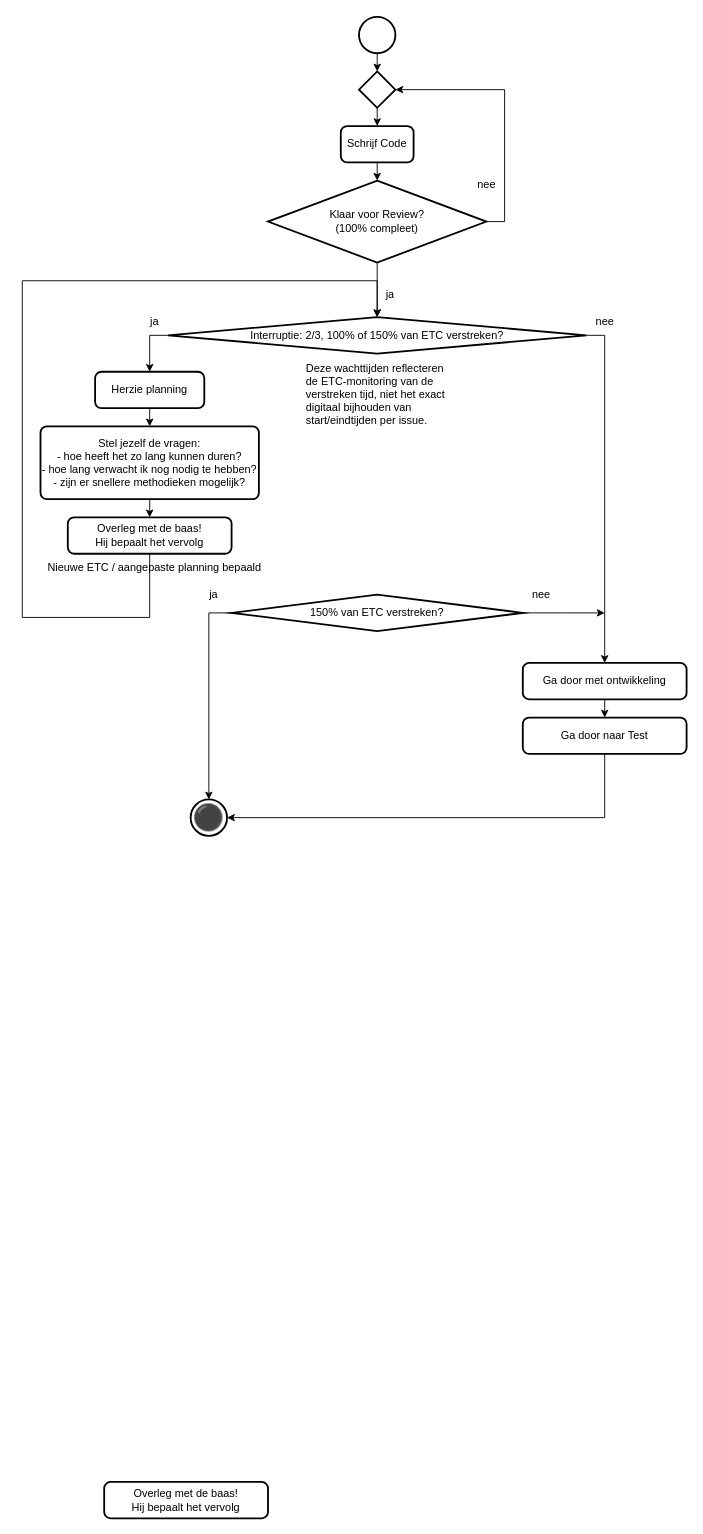
Zaibatsu89/IssueTracker keeps this draw.io diagram as 4 Issue Tracker implementatie.drawio. Above is the earlier version. Source tidied: cells renumbered, new cells numbered last; positions are measured from the earlier drawing's top-left corner, leaving out a move shared by most shapes. Both pictures are drawn from the tidied source at 91%, with x=0, y=0 at pixel (22, 16).
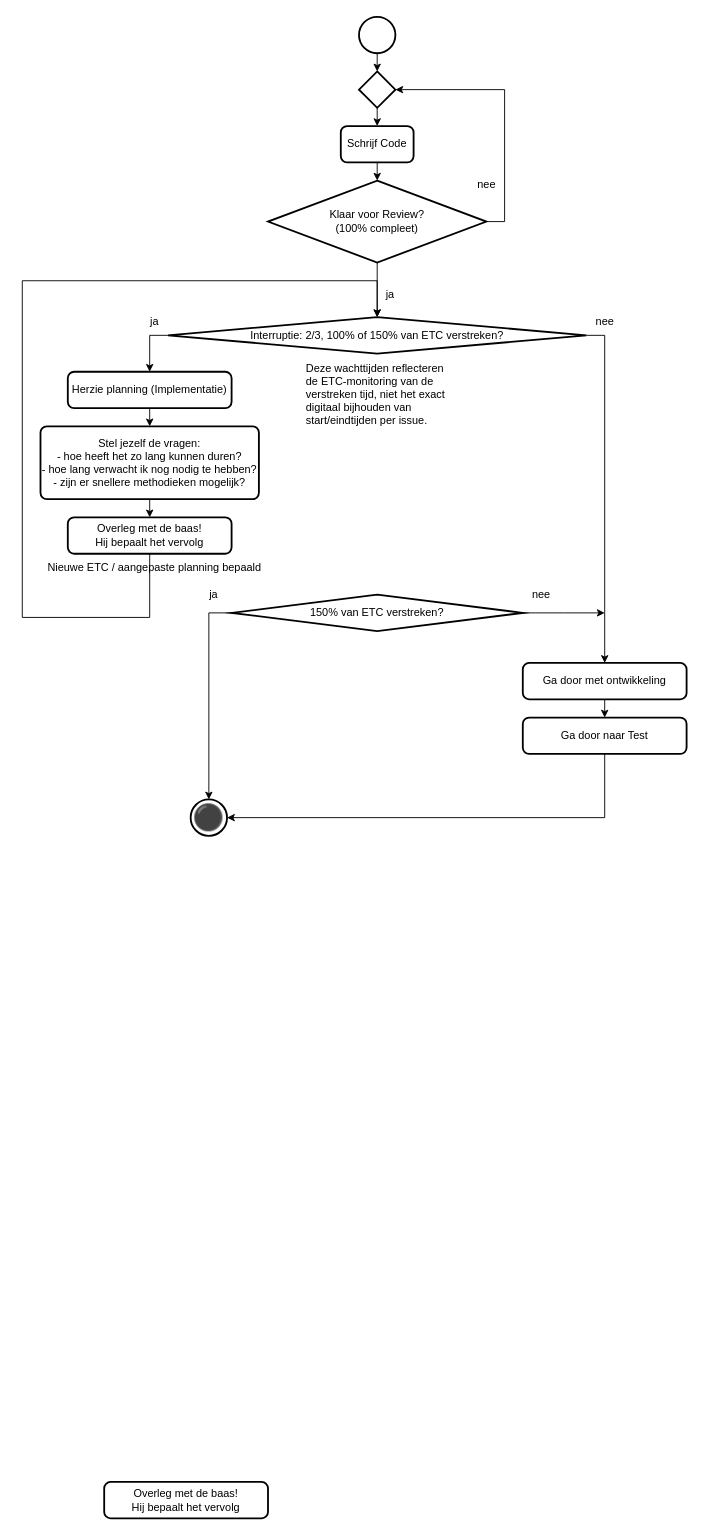
The same page after the edit.

What changed in the source:
```diff
@@
-    <mxCell id="16" value="Herzie planning" style="rounded=1;whiteSpace=wrap;html=1;absoluteArcSize=1;arcSize=14;strokeWidth=2;" parent="1" vertex="1">
-      <mxGeometry x="80" y="390" width="120" height="40" as="geometry" />
+    <mxCell id="16" value="Herzie planning (Implementatie)" style="rounded=1;whiteSpace=wrap;html=1;absoluteArcSize=1;arcSize=14;strokeWidth=2;" parent="1" vertex="1">
+      <mxGeometry x="50" y="390" width="180" height="40" as="geometry" />
     </mxCell>
```
